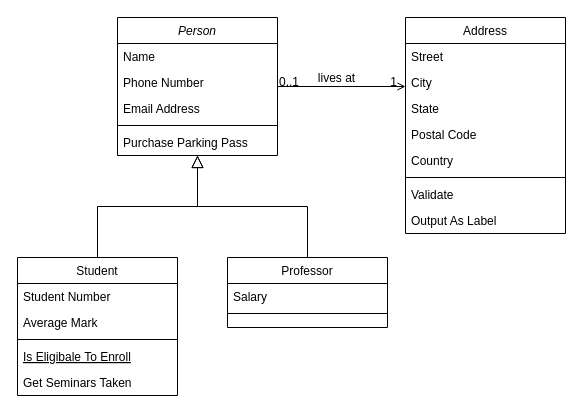
The draw.io diagram Week2Q2.drawio in TanCheeHon/Week2ClassDiagram, before the edit. Source tidied: cells renumbered, new cells numbered last; positions are measured from the earlier drawing's top-left corner, leaving out a move shared by most shapes. Both pictures are drawn from the tidied source at 100%, with x=0, y=0 at pixel (17, 17).
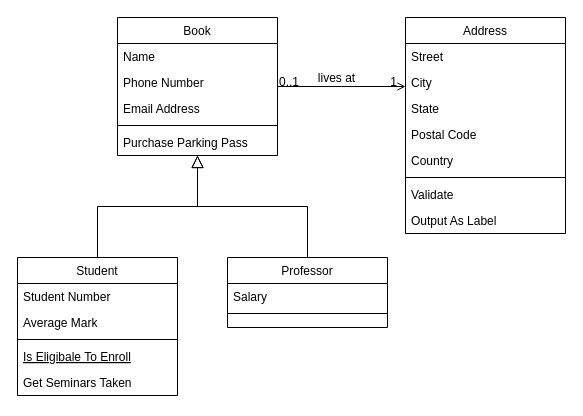
The same diagram, later.

Change to the diagram source:
```diff
@@
-    <mxCell id="2" value="Person" style="swimlane;fontStyle=2;align=center;verticalAlign=top;horizontal=1;startSize=26;rounded=0;shadow=0;strokeWidth=1;" parent="1" vertex="1">
+    <mxCell id="2" value="Book" style="swimlane;fontStyle=0;align=center;verticalAlign=top;horizontal=1;startSize=26;rounded=0;shadow=0;strokeWidth=1;" parent="1" vertex="1">
       <mxGeometry x="100" width="160" height="138" as="geometry" />
     </mxCell>
```
